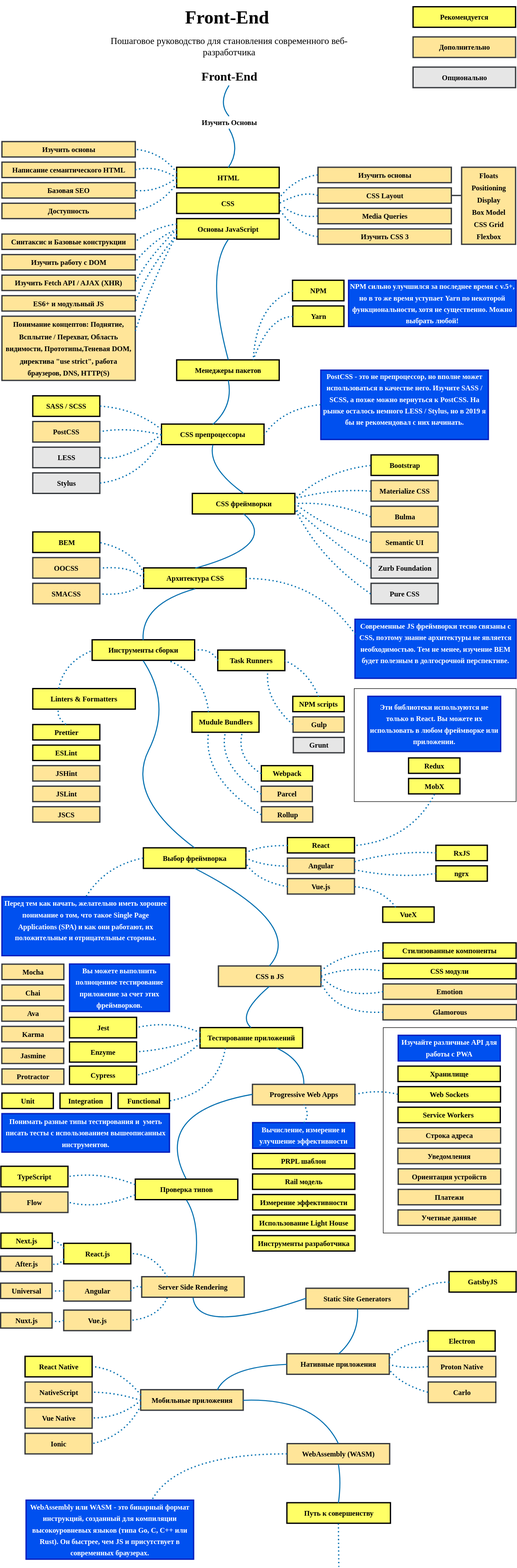
pavlenkodv/developer-roadmap keeps this draw.io diagram as images/frontend.svg. Above is the earlier version. Source tidied: cells renumbered, new cells last; positions are measured from the earlier drawing's top-left corner, leaving out a move shared by most shapes.
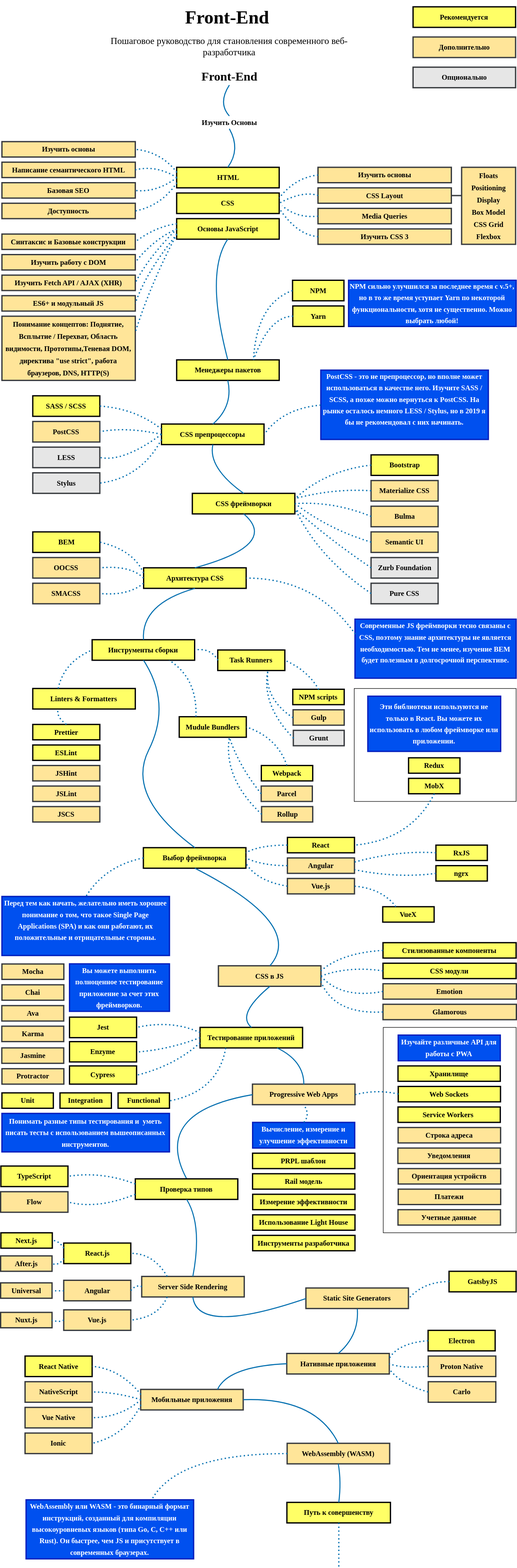
Above is the later version.

Commit message:
Front-end map connections change

The edit, as a diff of the source:
```diff
@@ -409,10 +409,10 @@
       <mxGeometry x="845" y="2530" width="261" height="80" as="geometry" />
     </mxCell>
     <mxCell id="89" value="Gulp" style="rounded=0;whiteSpace=wrap;html=1;fontFamily=Comic Sans MS;fontSize=28;strokeWidth=5;fillColor=#FFE599;fontStyle=1;glass=0;perimeterSpacing=0;strokeColor=#36393d;" parent="1" vertex="1">
-      <mxGeometry x="1138" y="2790" width="199" height="60" as="geometry" />
+      <mxGeometry x="1138" y="2763" width="199" height="60" as="geometry" />
     </mxCell>
     <mxCell id="90" value="NPM scripts" style="rounded=0;whiteSpace=wrap;html=1;fontFamily=Comic Sans MS;fontSize=28;strokeWidth=5;fillColor=#FFFF66;fontStyle=1;glass=0;perimeterSpacing=0;gradientColor=none;" parent="1" vertex="1">
-      <mxGeometry x="1137" y="2710" width="200" height="60" as="geometry" />
+      <mxGeometry x="1137" y="2683" width="200" height="60" as="geometry" />
     </mxCell>
     <mxCell id="91" style="curved=1;endArrow=none;html=1;fontFamily=Comic Sans MS;fontSize=48;strokeWidth=5;endFill=0;fillColor=#1ba1e2;strokeColor=#006EAF;entryX=1;entryY=0.5;entryDx=0;entryDy=0;shadow=0;exitX=0;exitY=0.5;exitDx=0;exitDy=0;dashed=1;dashPattern=1 2;startArrow=none;startFill=0;" parent="1" edge="1" source="88" target="87">
       <mxGeometry relative="1" as="geometry">
@@ -475,17 +475,17 @@
       </mxGeometry>
     </mxCell>
     <mxCell id="103" value="Mudule Bundlers" style="rounded=0;whiteSpace=wrap;html=1;fontFamily=Comic Sans MS;fontSize=28;strokeWidth=5;fillColor=#FFFF66;fontStyle=1;glass=0;perimeterSpacing=0;gradientColor=none;" parent="1" vertex="1">
-      <mxGeometry x="744.5" y="2770" width="261" height="80" as="geometry" />
+      <mxGeometry x="695" y="2790" width="261" height="80" as="geometry" />
     </mxCell>
     <mxCell id="104" style="curved=1;endArrow=none;html=1;fontFamily=Comic Sans MS;fontSize=48;strokeWidth=5;endFill=0;fillColor=#1ba1e2;strokeColor=#006EAF;shadow=0;exitX=0.25;exitY=0;exitDx=0;exitDy=0;dashed=1;dashPattern=1 2;startArrow=none;startFill=0;entryX=0.75;entryY=1;entryDx=0;entryDy=0;" parent="1" edge="1" source="103" target="87">
       <mxGeometry relative="1" as="geometry">
         <Array as="points">
-          <mxPoint x="796" y="2630" />
+          <mxPoint x="766" y="2640" />
         </Array>
       </mxGeometry>
     </mxCell>
     <mxCell id="105" value="Grunt" style="rounded=0;whiteSpace=wrap;html=1;fontFamily=Comic Sans MS;fontSize=28;strokeWidth=5;fillColor=#E6E6E6;fontStyle=1;glass=0;perimeterSpacing=0;strokeColor=#36393d;" parent="1" vertex="1">
-      <mxGeometry x="1139" y="2870" width="198" height="60" as="geometry" />
+      <mxGeometry x="1139" y="2843" width="198" height="60" as="geometry" />
     </mxCell>
     <mxCell id="106" value="Webpack" style="rounded=0;whiteSpace=wrap;html=1;fontFamily=Comic Sans MS;fontSize=28;strokeWidth=5;fillColor=#FFFF66;fontStyle=1;glass=0;perimeterSpacing=0;gradientColor=none;" parent="1" vertex="1">
       <mxGeometry x="1014.5" y="2980" width="200" height="60" as="geometry" />
@@ -496,24 +496,24 @@
     <mxCell id="108" value="Rollup" style="rounded=0;whiteSpace=wrap;html=1;fontFamily=Comic Sans MS;fontSize=28;strokeWidth=5;fillColor=#FFE599;fontStyle=1;glass=0;perimeterSpacing=0;strokeColor=#36393d;" parent="1" vertex="1">
       <mxGeometry x="1015.5" y="3140" width="199" height="60" as="geometry" />
     </mxCell>
-    <mxCell id="109" style="curved=1;endArrow=none;html=1;fontFamily=Comic Sans MS;fontSize=48;strokeWidth=5;endFill=0;fillColor=#1ba1e2;strokeColor=#006EAF;shadow=0;exitX=0;exitY=0.5;exitDx=0;exitDy=0;dashed=1;dashPattern=1 2;startArrow=none;startFill=0;entryX=0.75;entryY=1;entryDx=0;entryDy=0;" parent="1" edge="1" source="106" target="103">
+    <mxCell id="109" style="curved=1;endArrow=none;html=1;fontFamily=Comic Sans MS;fontSize=48;strokeWidth=5;endFill=0;fillColor=#1ba1e2;strokeColor=#006EAF;shadow=0;exitX=0.5;exitY=0;exitDx=0;exitDy=0;dashed=1;dashPattern=1 2;startArrow=none;startFill=0;entryX=1;entryY=0.5;entryDx=0;entryDy=0;" parent="1" edge="1" source="106" target="103">
       <mxGeometry relative="1" as="geometry">
         <Array as="points">
-          <mxPoint x="916" y="2950" />
+          <mxPoint x="1076" y="2870" />
         </Array>
       </mxGeometry>
     </mxCell>
-    <mxCell id="110" style="curved=1;endArrow=none;html=1;fontFamily=Comic Sans MS;fontSize=48;strokeWidth=5;endFill=0;fillColor=#1ba1e2;strokeColor=#006EAF;shadow=0;exitX=0;exitY=0.5;exitDx=0;exitDy=0;dashed=1;dashPattern=1 2;startArrow=none;startFill=0;entryX=0.5;entryY=1;entryDx=0;entryDy=0;" parent="1" edge="1" source="107" target="103">
+    <mxCell id="110" style="curved=1;endArrow=none;html=1;fontFamily=Comic Sans MS;fontSize=48;strokeWidth=5;endFill=0;fillColor=#1ba1e2;strokeColor=#006EAF;shadow=0;exitX=0;exitY=0.5;exitDx=0;exitDy=0;dashed=1;dashPattern=1 2;startArrow=none;startFill=0;entryX=0.75;entryY=1;entryDx=0;entryDy=0;" parent="1" edge="1" source="107" target="103">
       <mxGeometry relative="1" as="geometry">
         <Array as="points">
-          <mxPoint x="846" y="2980" />
+          <mxPoint x="926" y="2980" />
         </Array>
       </mxGeometry>
     </mxCell>
-    <mxCell id="111" style="curved=1;endArrow=none;html=1;fontFamily=Comic Sans MS;fontSize=48;strokeWidth=5;endFill=0;fillColor=#1ba1e2;strokeColor=#006EAF;shadow=0;exitX=0;exitY=0.5;exitDx=0;exitDy=0;dashed=1;dashPattern=1 2;startArrow=none;startFill=0;entryX=0.25;entryY=1;entryDx=0;entryDy=0;" parent="1" edge="1" source="108" target="103">
+    <mxCell id="111" style="curved=1;endArrow=none;html=1;fontFamily=Comic Sans MS;fontSize=48;strokeWidth=5;endFill=0;fillColor=#1ba1e2;strokeColor=#006EAF;shadow=0;exitX=0;exitY=0.5;exitDx=0;exitDy=0;dashed=1;dashPattern=1 2;startArrow=none;startFill=0;entryX=0.75;entryY=1;entryDx=0;entryDy=0;" parent="1" edge="1" source="108" target="103">
       <mxGeometry relative="1" as="geometry">
         <Array as="points">
-          <mxPoint x="786" y="3030" />
+          <mxPoint x="866" y="3030" />
         </Array>
       </mxGeometry>
     </mxCell>
@@ -1064,5 +1064,12 @@
         </Array>
       </mxGeometry>
     </mxCell>
+    <mxCell id="232" style="curved=1;endArrow=none;html=1;fontFamily=Comic Sans MS;fontSize=48;strokeWidth=5;endFill=0;fillColor=#1ba1e2;strokeColor=#006EAF;entryX=0.75;entryY=1;entryDx=0;entryDy=0;shadow=0;dashed=1;dashPattern=1 2;startArrow=none;startFill=0;exitX=0;exitY=0.5;exitDx=0;exitDy=0;" parent="1" edge="1" source="105" target="88">
+      <mxGeometry relative="1" as="geometry">
+        <Array as="points">
+          <mxPoint x="1014" y="2745" />
+        </Array>
+      </mxGeometry>
+    </mxCell>
   </root>
 </mxGraphModel>
```
